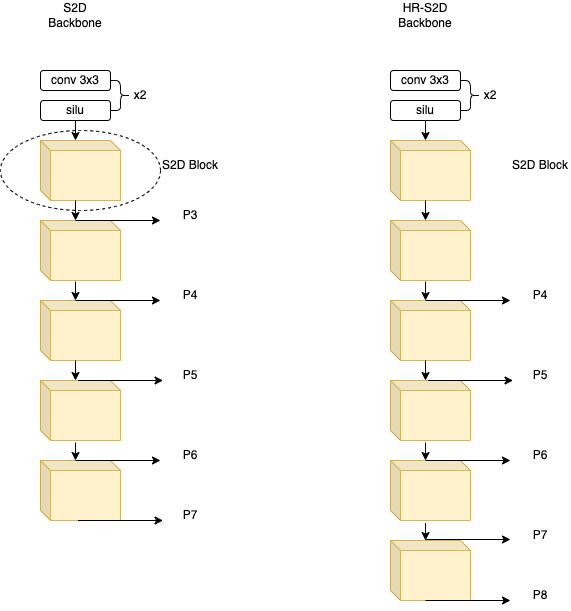
The draw.io diagram s2d backbone.png in johnran103/diagrams, before a commit. Source tidied: cells renumbered, new cells last; positions are measured from the earlier drawing's top-left corner, leaving out a move shared by most shapes.
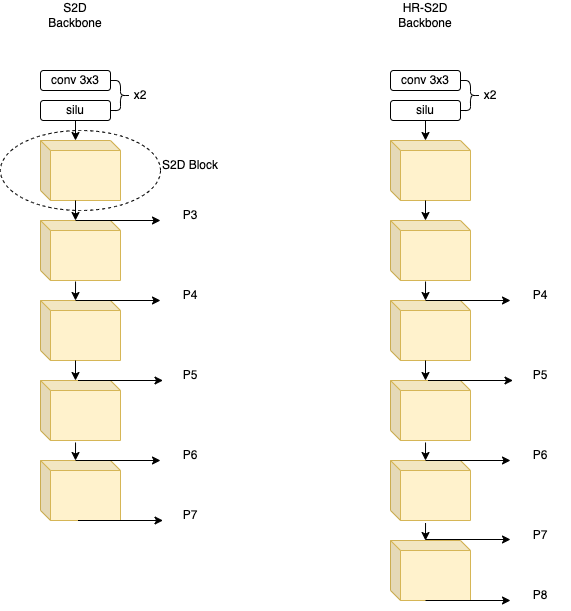
The same file after the commit.

What changed in the source:
```diff
@@ -147,9 +147,6 @@
     <mxCell id="42" style="endArrow=classic;html=1;rounded=0;exitX=0.438;exitY=1.033;exitDx=0;exitDy=0;exitPerimeter=0;entryX=0;entryY=0;entryDx=35;entryDy=0;entryPerimeter=0;" parent="1" edge="1" source="36" target="37">
       <mxGeometry relative="1" as="geometry" />
     </mxCell>
-    <mxCell id="43" value="S2D Block" style="text;html=1;strokeColor=none;fillColor=none;align=center;verticalAlign=middle;whiteSpace=wrap;rounded=0;" parent="1" vertex="1">
-      <mxGeometry x="510" y="150" width="60" height="30" as="geometry" />
-    </mxCell>
     <mxCell id="44" value="HR-S2D Backbone" style="text;html=1;strokeColor=none;fillColor=none;align=center;verticalAlign=middle;whiteSpace=wrap;rounded=0;" parent="1" vertex="1">
       <mxGeometry x="395" width="60" height="30" as="geometry" />
     </mxCell>
```
